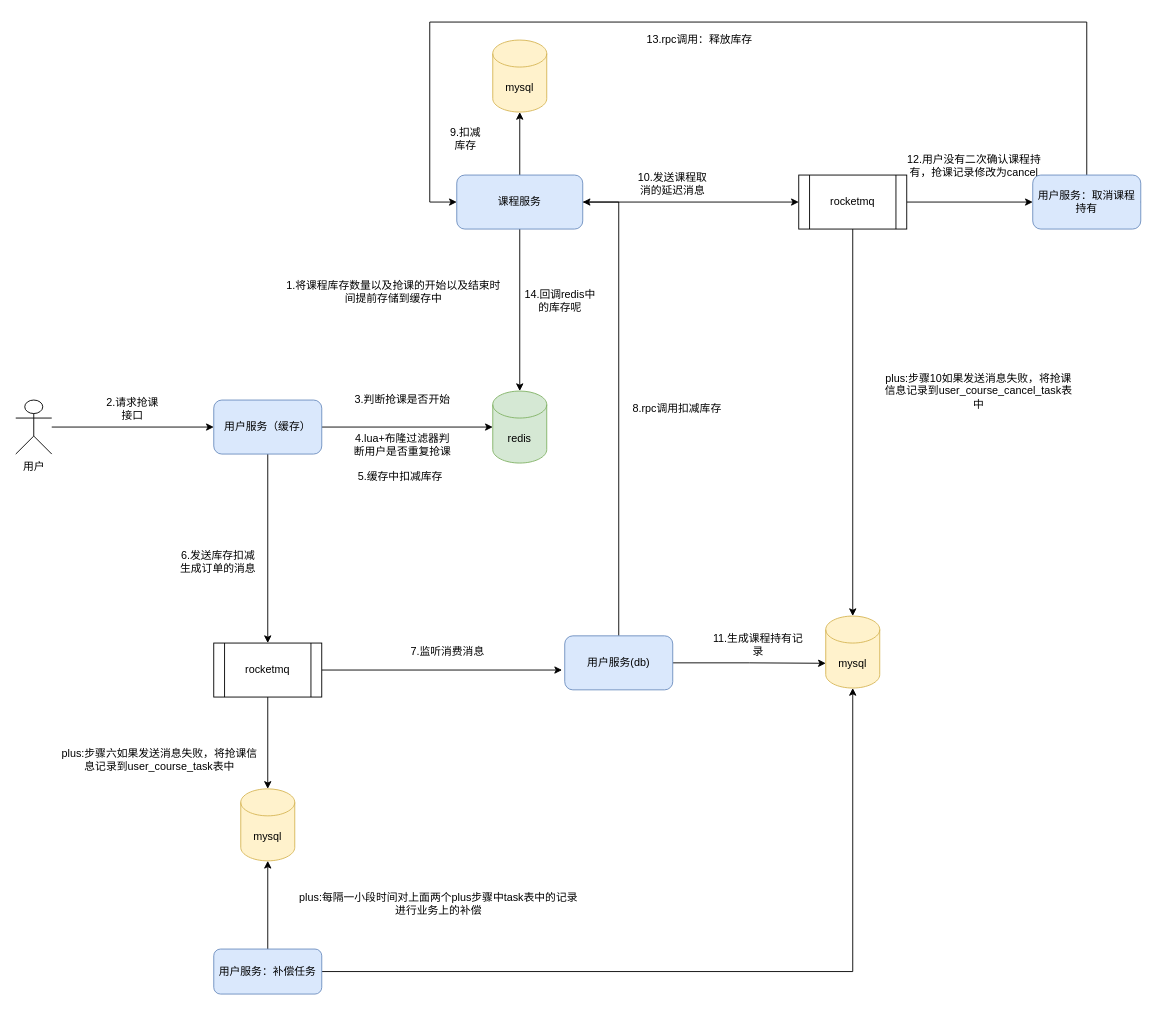
Above: Untitled Diagram.drawio in zhongjialin/jsonlint (draw.io), before the change. Source tidied: cells renumbered, new cells numbered last; positions are measured from the earlier drawing's top-left corner, leaving out a move shared by most shapes. Both pictures are drawn from the tidied source at 90%, with x=0, y=0 at pixel (15, 22).
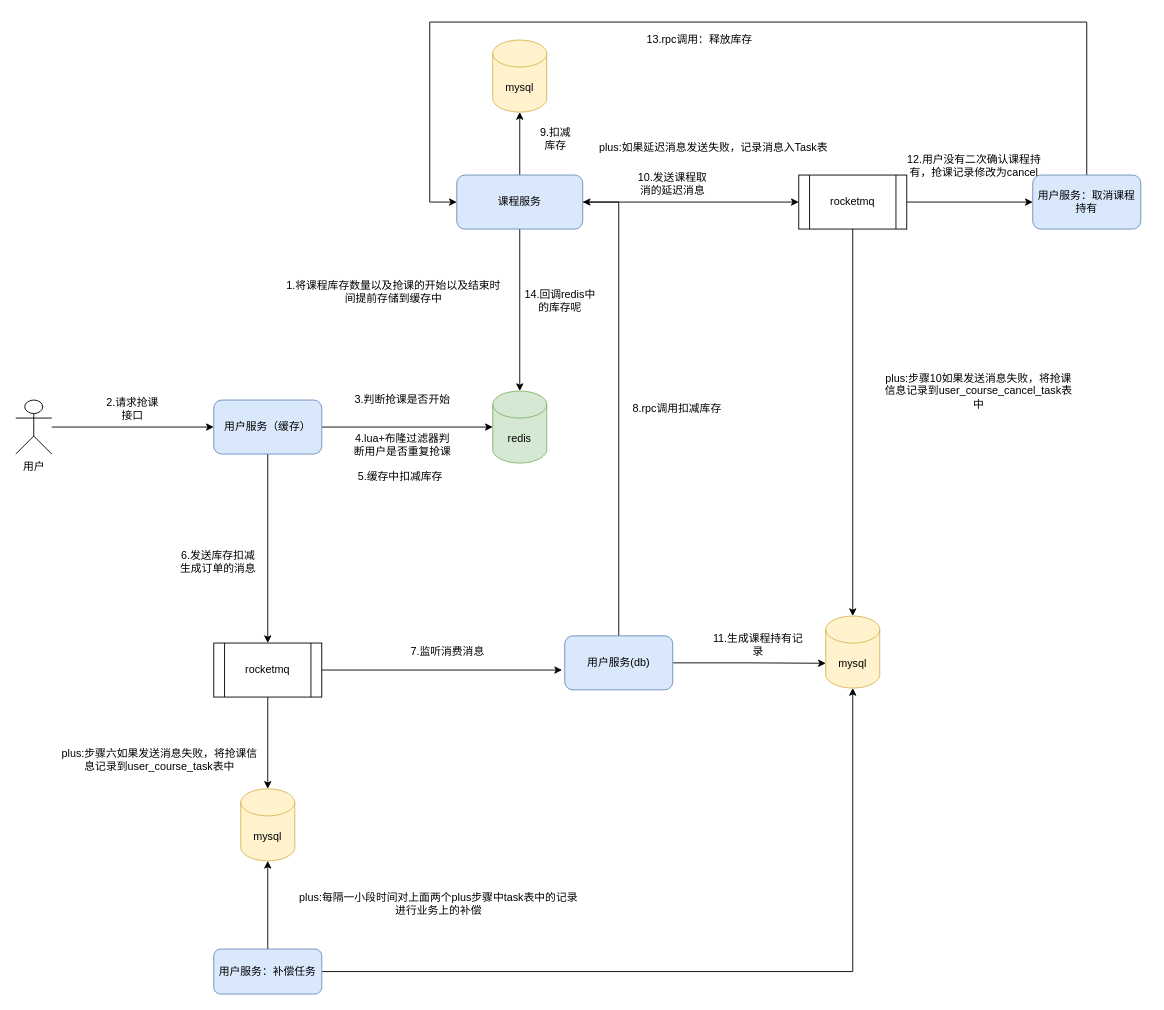
Above is the later version.

The edit, as a diff of the source:
```diff
@@
     <mxCell id="29" value="9.扣减库存" style="text;html=1;strokeColor=none;fillColor=none;align=center;verticalAlign=middle;whiteSpace=wrap;rounded=0;" parent="1" vertex="1">
-      <mxGeometry x="480" y="120" width="40" height="20" as="geometry" />
+      <mxGeometry x="580" y="120" width="40" height="20" as="geometry" />
     </mxCell>
@@
+    <mxCell id="46" value="plus:如果延迟消息发送失败，记录消息入Task表" style="text;html=1;align=center;verticalAlign=middle;strokeColor=none;" parent="1" vertex="1">
+      <mxGeometry x="640" y="130" width="270" height="20" as="geometry" />
+    </mxCell>
```
